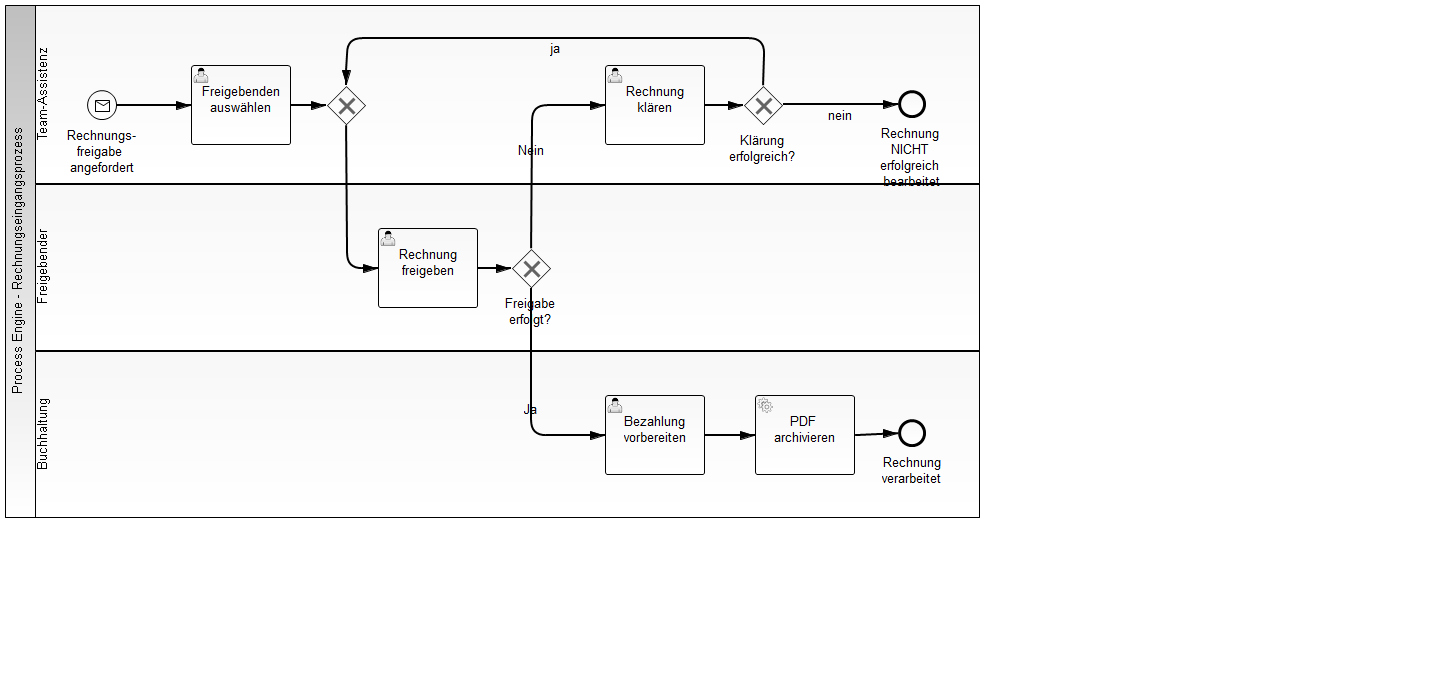
Before: invoice-en/src/main/resources/camunda-invoice-de.png, a diagram exported from BPMN (camunda-consulting/camunda-7-code-examples). Its source is kept beside it as invoice-en/src/main/resources/camunda-invoice-de.bpmn. Ids are renumbered.
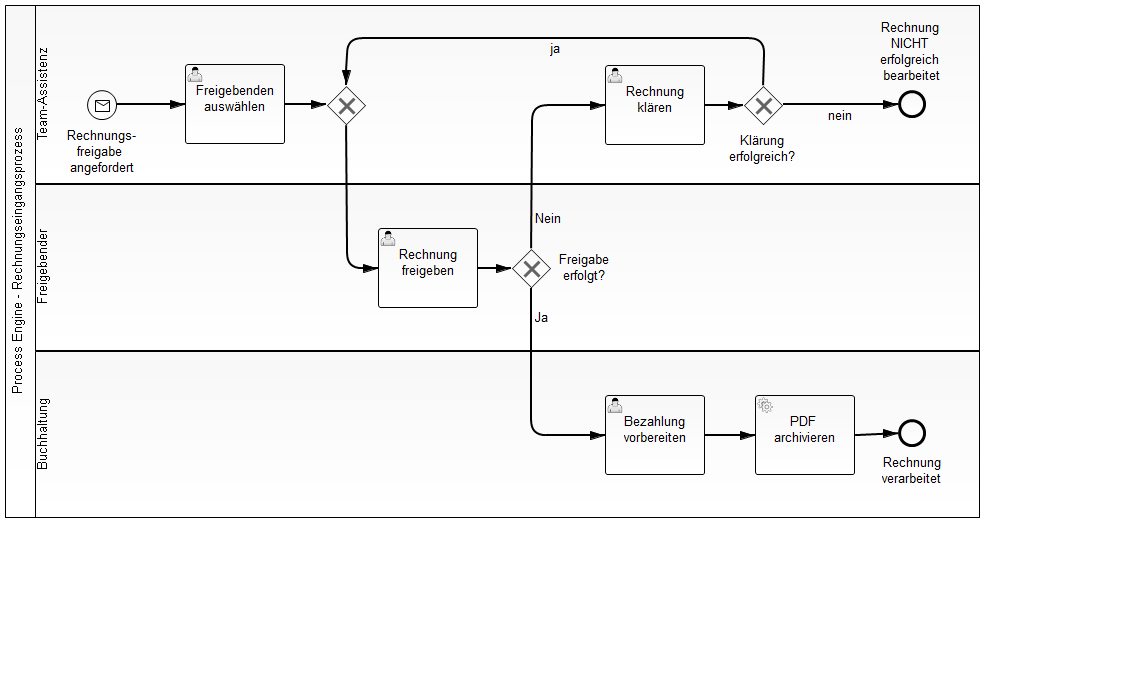
After the commit.

Change to the diagram source:
```diff
@@ -1,4 +1,4 @@
-<definitions xmlns:xsi="http://www.w3.org/2001/XMLSchema-instance" xmlns="http://www.omg.org/spec/BPMN/20100524/MODEL" xmlns:activiti="http://activiti.org/bpmn" xmlns:bpmndi="http://www.omg.org/spec/BPMN/20100524/DI" xmlns:omgdc="http://www.omg.org/spec/DD/20100524/DC" xmlns:omgdi="http://www.omg.org/spec/DD/20100524/DI" xmlns:signavio="http://www.signavio.com" xsi:schemaLocation="http://www.omg.org/spec/BPMN/20100524/MODEL BPMN20.xsd" id="sid-718890ae-1559-4413-a899-fa19faeefd42" exporter="Signavio Process Editor, http://www.signavio.com" exporterVersion="7.0.0" targetNamespace="http://www.omg.org/spec/BPMN/20100524/MODEL">
+<definitions xmlns:xsi="http://www.w3.org/2001/XMLSchema-instance" xmlns="http://www.omg.org/spec/BPMN/20100524/MODEL" xmlns:bpmndi="http://www.omg.org/spec/BPMN/20100524/DI" xmlns:camunda="http://activiti.org/bpmn" xmlns:omgdc="http://www.omg.org/spec/DD/20100524/DC" xmlns:omgdi="http://www.omg.org/spec/DD/20100524/DI" xmlns:signavio="http://www.signavio.com" xsi:schemaLocation="http://www.omg.org/spec/BPMN/20100524/MODEL BPMN20.xsd" id="sid-718890ae-1559-4413-a899-fa19faeefd42" exporter="Signavio Process Editor, http://www.signavio.com" exporterVersion="7.0.0" targetNamespace="http://www.omg.org/spec/BPMN/20100524/MODEL">
   <message id="sid-e8e0ed6d-1818-40d9-91b7-5c8893fe7aa4" name=""/>
   <dataStore id="sid-bf6f223e-0c17-42d9-9349-fd9b8129360d" isUnlimited="false" name="Offene &#xA;Rechnungen"/>
   <collaboration id="sid-973494d7-dbf4-4fbe-b39d-b97ce69055d1">
@@ -10,11 +10,11 @@
     <laneSet id="sid-1da0b36a-1f09-46ef-9610-9f72c1cab0bd">
       <lane id="sid-9FAC101E-37D6-4EE6-8E6D-F5FB387247FC" name="Team-Assistenz">
         <flowNodeRef>sid-F97B4602-EE39-4C6F-B5CE-93543E5B815F</flowNodeRef>
-        <flowNodeRef>sid-BE3C8FD7-AFDE-4832-AAB4-1CC188AB2B1A</flowNodeRef>
         <flowNodeRef>sid-19C69198-25EC-476B-ADAB-C97B496398D4</flowNodeRef>
         <flowNodeRef>sid-2E49E032-A81C-4DBE-A30A-6222DACA160C</flowNodeRef>
         <flowNodeRef>Kl_rung_erfolgreich__153</flowNodeRef>
         <flowNodeRef>endEvent_165</flowNodeRef>
+        <flowNodeRef>user-task-select-approver</flowNodeRef>
       </lane>
       <lane id="sid-350FDA87-B083-4C67-91CF-20E0A291920A" name="Freigebender">
         <flowNodeRef>sid-75ABF6BF-1CA5-4CC2-9787-600855885947</flowNodeRef>
@@ -22,24 +22,20 @@
       </lane>
       <lane id="sid-6819245D-1995-4FA2-B0DB-A6CECBB2CFE9" name="Buchhaltung">
         <flowNodeRef>sid-39BC837C-A028-4F8D-A998-CDB68643E87D</flowNodeRef>
-        <flowNodeRef>sid-82BBB37D-541A-4F17-9086-98EB9EEEBE6E</flowNodeRef>
+        <flowNodeRef>archive-pdf</flowNodeRef>
         <flowNodeRef>sid-A1773E2F-398F-4D9E-8B3D-A221E110A432</flowNodeRef>
       </lane>
     </laneSet>
-    <startEvent id="sid-F97B4602-EE39-4C6F-B5CE-93543E5B815F" activiti:formKey="app:startProcess.jsf" name="Rechnungs-&#xA;freigabe &#xA;angefordert">
+    <startEvent id="sid-F97B4602-EE39-4C6F-B5CE-93543E5B815F" camunda:formKey="app:startProcess.jsf" name="Rechnungs-&#xA;freigabe &#xA;angefordert">
       <outgoing>sid-B28168F3-5B1A-424E-A992-6F0928E67120</outgoing>
       <messageEventDefinition id="sid-1a68fbb9-1989-4338-a460-43425cf4d2e7" messageRef="sid-e8e0ed6d-1818-40d9-91b7-5c8893fe7aa4"/>
     </startEvent>
-    <userTask id="sid-BE3C8FD7-AFDE-4832-AAB4-1CC188AB2B1A" activiti:assignee="demo" activiti:formKey="app:assignApprover.jsf" name="Freigebenden auswählen" implementation="webService">
-      <incoming>sid-B28168F3-5B1A-424E-A992-6F0928E67120</incoming>
-      <outgoing>sid-07C7183C-4049-4F75-B312-E9CB1DF63BFF</outgoing>
-    </userTask>
     <exclusiveGateway id="sid-19C69198-25EC-476B-ADAB-C97B496398D4" gatewayDirection="Converging">
       <incoming>sid-07C7183C-4049-4F75-B312-E9CB1DF63BFF</incoming>
       <incoming>sid-D4EA8617-0104-40EB-A520-7876DF2AAF81</incoming>
       <outgoing>sid-73A99982-282D-4DCC-8778-2BAA47C63B88</outgoing>
     </exclusiveGateway>
-    <userTask id="sid-2E49E032-A81C-4DBE-A30A-6222DACA160C" activiti:assignee="demo" activiti:formKey="app:clarifyInvoice.jsf" name="Rechnung klären" implementation="webService">
+    <userTask id="sid-2E49E032-A81C-4DBE-A30A-6222DACA160C" camunda:assignee="demo" camunda:formKey="app:clarifyInvoice.jsf" name="Rechnung klären" implementation="webService">
       <incoming>sid-314DFE46-2D8A-43A2-9CBE-AF8E6E872560</incoming>
       <outgoing>sid-7239B249-99B8-4FBF-AA83-34F94AC84746</outgoing>
     </userTask>
@@ -51,45 +47,49 @@
     <endEvent id="endEvent_165" name="Rechnung &#xA;NICHT &#xA;erfolgreich &#xA;bearbeitet">
       <incoming>nein_185</incoming>
     </endEvent>
-    <userTask id="sid-75ABF6BF-1CA5-4CC2-9787-600855885947" activiti:assignee="#{approver}" activiti:formKey="app:approveInvoice.jsf" name="Rechnung freigeben" implementation="webService">
+    <userTask id="sid-75ABF6BF-1CA5-4CC2-9787-600855885947" camunda:assignee="#{approver}" camunda:formKey="app:approveInvoice.jsf" name="Rechnung freigeben" implementation="webService">
       <incoming>sid-73A99982-282D-4DCC-8778-2BAA47C63B88</incoming>
       <outgoing>sid-B6A18F1D-7A5D-4236-ACD1-2E7D06561B47</outgoing>
     </userTask>
     <exclusiveGateway id="Freigabe_erfolgt__131" name="Freigabe&#xA;erfolgt?" gatewayDirection="Diverging">
       <incoming>sid-B6A18F1D-7A5D-4236-ACD1-2E7D06561B47</incoming>
-      <outgoing>sid-B9565AAF-34C2-44F9-AFCA-C41A8A0DBDDC</outgoing>
+      <outgoing>flow-approved</outgoing>
       <outgoing>sid-314DFE46-2D8A-43A2-9CBE-AF8E6E872560</outgoing>
     </exclusiveGateway>
-    <userTask id="sid-39BC837C-A028-4F8D-A998-CDB68643E87D" activiti:candidateGroups="accounting" activiti:formKey="app:preparePayment.jsf" name="Bezahlung vorbereiten" implementation="webService">
-      <incoming>sid-B9565AAF-34C2-44F9-AFCA-C41A8A0DBDDC</incoming>
+    <userTask id="sid-39BC837C-A028-4F8D-A998-CDB68643E87D" camunda:candidateGroups="accounting" camunda:formKey="app:preparePayment.jsf" name="Bezahlung vorbereiten" implementation="webService">
+      <incoming>flow-approved</incoming>
       <outgoing>sid-A377F224-BACC-45CB-A249-D4029CA531AF</outgoing>
     </userTask>
-    <serviceTask id="sid-82BBB37D-541A-4F17-9086-98EB9EEEBE6E" activiti:assignee="kermit" activiti:delegateExpression="#{svnService}" activiti:formKey="preparePayment" name="PDF &#xA;archivieren" implementation="webService">
+    <serviceTask id="archive-pdf" camunda:assignee="kermit" camunda:delegateExpression="#{svnService}" camunda:formKey="preparePayment" name="PDF &#xA;archivieren" implementation="webService">
       <incoming>sid-A377F224-BACC-45CB-A249-D4029CA531AF</incoming>
       <outgoing>sid-B19A7D54-AA7A-4D23-BFAD-F6B66A2EB132</outgoing>
     </serviceTask>
     <endEvent id="sid-A1773E2F-398F-4D9E-8B3D-A221E110A432" name="Rechnung&#xA;verarbeitet">
       <incoming>sid-B19A7D54-AA7A-4D23-BFAD-F6B66A2EB132</incoming>
     </endEvent>
-    <sequenceFlow id="sid-B9565AAF-34C2-44F9-AFCA-C41A8A0DBDDC" name="Ja" isImmediate="true" sourceRef="Freigabe_erfolgt__131" targetRef="sid-39BC837C-A028-4F8D-A998-CDB68643E87D">
+    <sequenceFlow id="flow-approved" name="Ja" isImmediate="true" sourceRef="Freigabe_erfolgt__131" targetRef="sid-39BC837C-A028-4F8D-A998-CDB68643E87D">
       <conditionExpression xsi:type="tFormalExpression" id="sid-2028ae4f-fb1f-4168-8309-69f525f9da5d">${approved}</conditionExpression>
     </sequenceFlow>
     <sequenceFlow id="sid-7239B249-99B8-4FBF-AA83-34F94AC84746" isImmediate="true" sourceRef="sid-2E49E032-A81C-4DBE-A30A-6222DACA160C" targetRef="Kl_rung_erfolgreich__153"/>
     <sequenceFlow id="nein_185" name="nein" isImmediate="true" sourceRef="Kl_rung_erfolgreich__153" targetRef="endEvent_165">
       <conditionExpression xsi:type="tFormalExpression" id="sid-6aa4c03e-87f4-436f-acf6-e91d5ca3a426">${!clarified.equals('yes')}</conditionExpression>
     </sequenceFlow>
-    <sequenceFlow id="sid-07C7183C-4049-4F75-B312-E9CB1DF63BFF" isImmediate="true" sourceRef="sid-BE3C8FD7-AFDE-4832-AAB4-1CC188AB2B1A" targetRef="sid-19C69198-25EC-476B-ADAB-C97B496398D4"/>
     <sequenceFlow id="sid-B6A18F1D-7A5D-4236-ACD1-2E7D06561B47" isImmediate="true" sourceRef="sid-75ABF6BF-1CA5-4CC2-9787-600855885947" targetRef="Freigabe_erfolgt__131"/>
     <sequenceFlow id="sid-D4EA8617-0104-40EB-A520-7876DF2AAF81" name="ja" isImmediate="true" sourceRef="Kl_rung_erfolgreich__153" targetRef="sid-19C69198-25EC-476B-ADAB-C97B496398D4">
       <conditionExpression xsi:type="tFormalExpression" id="sid-6474a4bf-778d-4089-8c48-5e6047240ac1">${clarified.equals('yes')}</conditionExpression>
     </sequenceFlow>
-    <sequenceFlow id="sid-A377F224-BACC-45CB-A249-D4029CA531AF" isImmediate="true" sourceRef="sid-39BC837C-A028-4F8D-A998-CDB68643E87D" targetRef="sid-82BBB37D-541A-4F17-9086-98EB9EEEBE6E"/>
-    <sequenceFlow id="sid-B28168F3-5B1A-424E-A992-6F0928E67120" isImmediate="true" sourceRef="sid-F97B4602-EE39-4C6F-B5CE-93543E5B815F" targetRef="sid-BE3C8FD7-AFDE-4832-AAB4-1CC188AB2B1A"/>
+    <sequenceFlow id="sid-A377F224-BACC-45CB-A249-D4029CA531AF" isImmediate="true" sourceRef="sid-39BC837C-A028-4F8D-A998-CDB68643E87D" targetRef="archive-pdf"/>
+    <sequenceFlow id="sid-B28168F3-5B1A-424E-A992-6F0928E67120" isImmediate="true" sourceRef="sid-F97B4602-EE39-4C6F-B5CE-93543E5B815F" targetRef="user-task-select-approver"/>
     <sequenceFlow id="sid-73A99982-282D-4DCC-8778-2BAA47C63B88" isImmediate="true" sourceRef="sid-19C69198-25EC-476B-ADAB-C97B496398D4" targetRef="sid-75ABF6BF-1CA5-4CC2-9787-600855885947"/>
     <sequenceFlow id="sid-314DFE46-2D8A-43A2-9CBE-AF8E6E872560" name="Nein" isImmediate="true" sourceRef="Freigabe_erfolgt__131" targetRef="sid-2E49E032-A81C-4DBE-A30A-6222DACA160C">
       <conditionExpression xsi:type="tFormalExpression" id="sid-01d4f54e-49e7-4ad0-b805-0aa52bf04a4b">${!approved}</conditionExpression>
     </sequenceFlow>
-    <sequenceFlow id="sid-B19A7D54-AA7A-4D23-BFAD-F6B66A2EB132" isImmediate="true" sourceRef="sid-82BBB37D-541A-4F17-9086-98EB9EEEBE6E" targetRef="sid-A1773E2F-398F-4D9E-8B3D-A221E110A432"/>
+    <sequenceFlow id="sid-B19A7D54-AA7A-4D23-BFAD-F6B66A2EB132" isImmediate="true" sourceRef="archive-pdf" targetRef="sid-A1773E2F-398F-4D9E-8B3D-A221E110A432"/>
+    <userTask id="user-task-select-approver" camunda:formKey="app:assignApprover.jsf" camunda:assignee="demo" name="Freigebenden auswählen" implementation="webService">
+      <incoming>sid-B28168F3-5B1A-424E-A992-6F0928E67120</incoming>
+      <outgoing>sid-07C7183C-4049-4F75-B312-E9CB1DF63BFF</outgoing>
+    </userTask>
+    <sequenceFlow id="sid-07C7183C-4049-4F75-B312-E9CB1DF63BFF" isImmediate="true" sourceRef="user-task-select-approver" targetRef="sid-19C69198-25EC-476B-ADAB-C97B496398D4"/>
   </process>
   <bpmndi:BPMNDiagram id="sid-5a7d0a01-f6f7-45cc-ba05-40e0cd3d098b">
     <bpmndi:BPMNPlane id="sid-55517855-2dac-4b62-8cd9-93ff553a4787" bpmnElement="sid-973494d7-dbf4-4fbe-b39d-b97ce69055d1">
@@ -108,8 +108,8 @@
       <bpmndi:BPMNShape id="sid-F97B4602-EE39-4C6F-B5CE-93543E5B815F_gui" bpmnElement="sid-F97B4602-EE39-4C6F-B5CE-93543E5B815F">
         <omgdc:Bounds height="30.0" width="30.0" x="82.70603" y="85.0"/>
       </bpmndi:BPMNShape>
-      <bpmndi:BPMNShape id="sid-BE3C8FD7-AFDE-4832-AAB4-1CC188AB2B1A_gui" bpmnElement="sid-BE3C8FD7-AFDE-4832-AAB4-1CC188AB2B1A">
-        <omgdc:Bounds height="80.0" width="100.0" x="186.64445" y="60.0"/>
+      <bpmndi:BPMNShape id="sid-BE3C8FD7-AFDE-4832-AAB4-1CC188AB2B1A_gui" bpmnElement="user-task-select-approver">
+        <omgdc:Bounds height="80.0" width="100.0" x="180.0" y="59.0"/>
       </bpmndi:BPMNShape>
       <bpmndi:BPMNShape id="sid-19C69198-25EC-476B-ADAB-C97B496398D4_gui" bpmnElement="sid-19C69198-25EC-476B-ADAB-C97B496398D4" isMarkerVisible="true">
         <omgdc:Bounds height="40.0" width="40.0" x="321.71143" y="80.0"/>
@@ -122,26 +122,35 @@
       </bpmndi:BPMNShape>
       <bpmndi:BPMNShape id="endEvent_165_gui" bpmnElement="endEvent_165">
         <omgdc:Bounds height="28.0" width="28.0" x="893.5008" y="85.0"/>
+        <bpmndi:BPMNLabel>
+          <omgdc:Bounds height="70.0" width="69.0" x="873.0" y="12.0"/>
+        </bpmndi:BPMNLabel>
       </bpmndi:BPMNShape>
       <bpmndi:BPMNShape id="sid-75ABF6BF-1CA5-4CC2-9787-600855885947_gui" bpmnElement="sid-75ABF6BF-1CA5-4CC2-9787-600855885947">
         <omgdc:Bounds height="80.0" width="100.0" x="373.9259" y="223.45543"/>
       </bpmndi:BPMNShape>
       <bpmndi:BPMNShape id="Freigabe_erfolgt__131_gui" bpmnElement="Freigabe_erfolgt__131" isMarkerVisible="true">
         <omgdc:Bounds height="40.0" width="40.0" x="506.8058" y="243.45543"/>
+        <bpmndi:BPMNLabel>
+          <omgdc:Bounds height="38.0" width="56.0" x="552.0" y="244.0"/>
+        </bpmndi:BPMNLabel>
       </bpmndi:BPMNShape>
       <bpmndi:BPMNShape id="sid-39BC837C-A028-4F8D-A998-CDB68643E87D_gui" bpmnElement="sid-39BC837C-A028-4F8D-A998-CDB68643E87D">
         <omgdc:Bounds height="80.0" width="100.0" x="600.31384" y="390.65585"/>
       </bpmndi:BPMNShape>
-      <bpmndi:BPMNShape id="sid-82BBB37D-541A-4F17-9086-98EB9EEEBE6E_gui" bpmnElement="sid-82BBB37D-541A-4F17-9086-98EB9EEEBE6E">
+      <bpmndi:BPMNShape id="sid-82BBB37D-541A-4F17-9086-98EB9EEEBE6E_gui" bpmnElement="archive-pdf">
         <omgdc:Bounds height="80.0" width="100.0" x="750.5008" y="390.65585"/>
       </bpmndi:BPMNShape>
       <bpmndi:BPMNShape id="sid-A1773E2F-398F-4D9E-8B3D-A221E110A432_gui" bpmnElement="sid-A1773E2F-398F-4D9E-8B3D-A221E110A432">
         <omgdc:Bounds height="28.0" width="28.0" x="893.5008" y="414.65585"/>
       </bpmndi:BPMNShape>
-      <bpmndi:BPMNEdge id="sid-B9565AAF-34C2-44F9-AFCA-C41A8A0DBDDC_gui" bpmnElement="sid-B9565AAF-34C2-44F9-AFCA-C41A8A0DBDDC">
+      <bpmndi:BPMNEdge id="sid-B9565AAF-34C2-44F9-AFCA-C41A8A0DBDDC_gui" bpmnElement="flow-approved">
         <omgdi:waypoint xsi:type="omgdc:Point" x="526.70905" y="283.45544"/>
         <omgdi:waypoint xsi:type="omgdc:Point" x="526.0" y="430.0"/>
         <omgdi:waypoint xsi:type="omgdc:Point" x="600.31384" y="430.0"/>
+        <bpmndi:BPMNLabel>
+          <omgdc:Bounds height="22.0" width="19.0" x="528.0" y="302.0"/>
+        </bpmndi:BPMNLabel>
       </bpmndi:BPMNEdge>
       <bpmndi:BPMNEdge id="sid-7239B249-99B8-4FBF-AA83-34F94AC84746_gui" bpmnElement="sid-7239B249-99B8-4FBF-AA83-34F94AC84746">
         <omgdi:waypoint xsi:type="omgdc:Point" x="700.31384" y="100.22944"/>
@@ -152,8 +161,11 @@
         <omgdi:waypoint xsi:type="omgdc:Point" x="893.5008" y="99.09413"/>
       </bpmndi:BPMNEdge>
       <bpmndi:BPMNEdge id="sid-07C7183C-4049-4F75-B312-E9CB1DF63BFF_gui" bpmnElement="sid-07C7183C-4049-4F75-B312-E9CB1DF63BFF">
-        <omgdi:waypoint xsi:type="omgdc:Point" x="286.64444" y="100.23682"/>
-        <omgdi:waypoint xsi:type="omgdc:Point" x="321.71143" y="100.08601"/>
+        <omgdi:waypoint xsi:type="omgdc:Point" x="280.0" y="99.0"/>
+        <omgdi:waypoint xsi:type="omgdc:Point" x="321.0" y="100.0"/>
+        <bpmndi:BPMNLabel>
+          <omgdc:Bounds height="0.0" width="0.0" x="298.0" y="99.0"/>
+        </bpmndi:BPMNLabel>
       </bpmndi:BPMNEdge>
       <bpmndi:BPMNEdge id="sid-B6A18F1D-7A5D-4236-ACD1-2E7D06561B47_gui" bpmnElement="sid-B6A18F1D-7A5D-4236-ACD1-2E7D06561B47">
         <omgdi:waypoint xsi:type="omgdc:Point" x="473.9259" y="263.69727"/>
@@ -170,8 +182,11 @@
         <omgdi:waypoint xsi:type="omgdc:Point" x="750.5008" y="430.65585"/>
       </bpmndi:BPMNEdge>
       <bpmndi:BPMNEdge id="sid-B28168F3-5B1A-424E-A992-6F0928E67120_gui" bpmnElement="sid-B28168F3-5B1A-424E-A992-6F0928E67120">
-        <omgdi:waypoint xsi:type="omgdc:Point" x="112.70603" y="100.0"/>
-        <omgdi:waypoint xsi:type="omgdc:Point" x="186.64445" y="100.0"/>
+        <omgdi:waypoint xsi:type="omgdc:Point" x="112.0" y="100.0"/>
+        <omgdi:waypoint xsi:type="omgdc:Point" x="180.0" y="99.0"/>
+        <bpmndi:BPMNLabel>
+          <omgdc:Bounds height="0.0" width="0.0" x="149.0" y="99.0"/>
+        </bpmndi:BPMNLabel>
       </bpmndi:BPMNEdge>
       <bpmndi:BPMNEdge id="sid-73A99982-282D-4DCC-8778-2BAA47C63B88_gui" bpmnElement="sid-73A99982-282D-4DCC-8778-2BAA47C63B88">
         <omgdi:waypoint xsi:type="omgdc:Point" x="341.7726" y="120.0"/>
@@ -182,6 +197,9 @@
         <omgdi:waypoint xsi:type="omgdc:Point" x="526.8058" y="243.45543"/>
         <omgdi:waypoint xsi:type="omgdc:Point" x="526.8058" y="100.0"/>
         <omgdi:waypoint xsi:type="omgdc:Point" x="600.31384" y="100.0"/>
+        <bpmndi:BPMNLabel>
+          <omgdc:Bounds height="22.0" width="32.0" x="528.0" y="203.0"/>
+        </bpmndi:BPMNLabel>
       </bpmndi:BPMNEdge>
       <bpmndi:BPMNEdge id="sid-B19A7D54-AA7A-4D23-BFAD-F6B66A2EB132_gui" bpmnElement="sid-B19A7D54-AA7A-4D23-BFAD-F6B66A2EB132">
         <omgdi:waypoint xsi:type="omgdc:Point" x="850.5008" y="430.65585"/>
```
